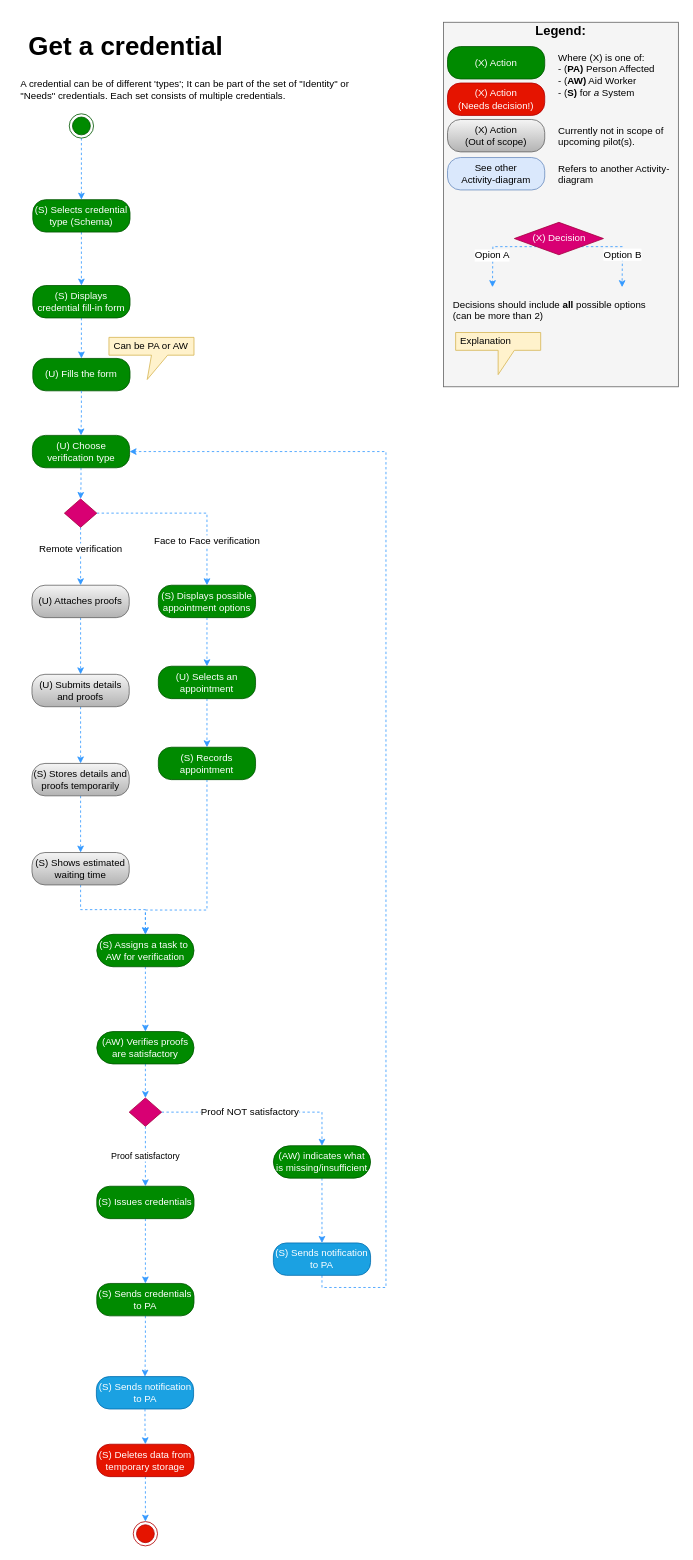
Before: Activity Diagrams/Get a credential activity.drawio in nsward/diagrams, a draw.io diagram. Source tidied: cells renumbered, new cells numbered last; positions are measured from the earlier drawing's top-left corner, leaving out a move shared by most shapes. Both pictures are drawn from the tidied source at 81%, with x=0, y=0 at pixel (14, 14).
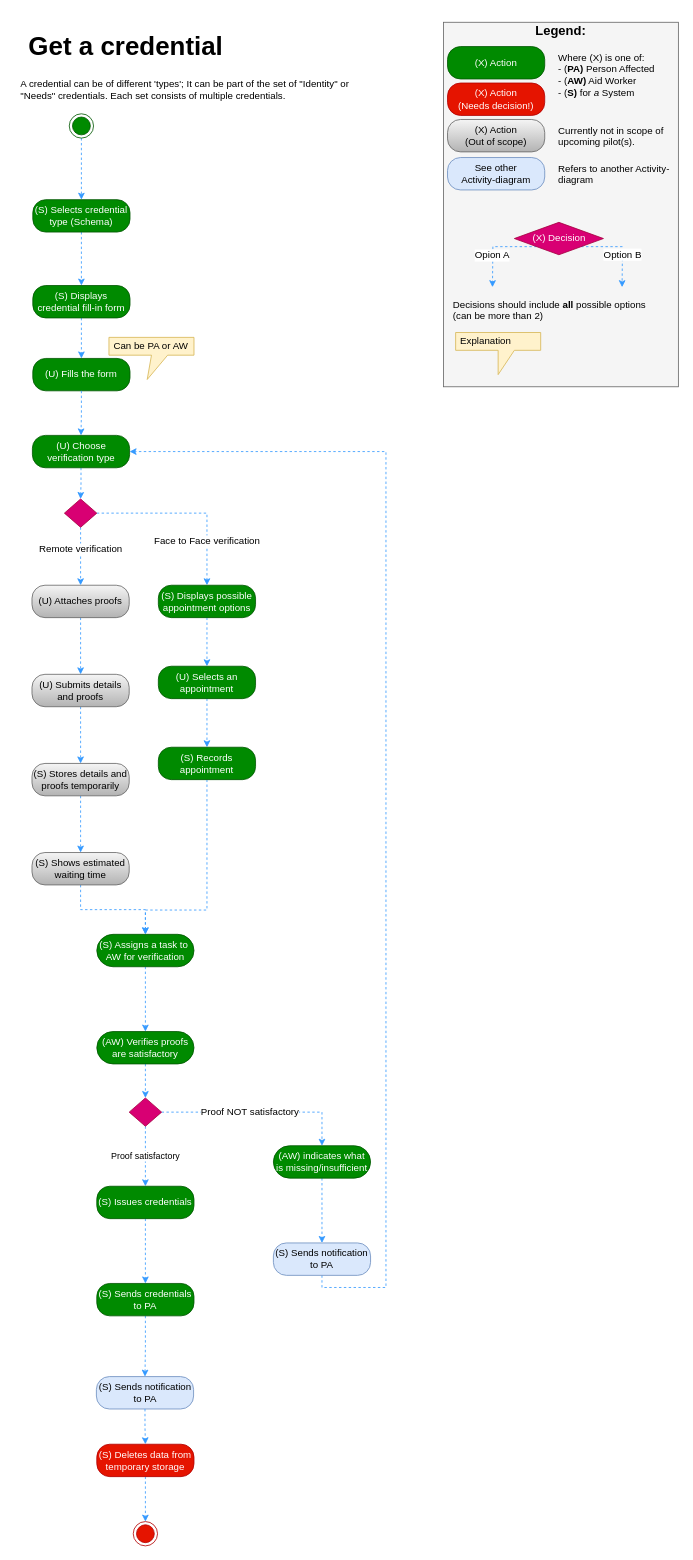
After the change.

Commit message (it also covers changes not shown here):
Fix color/style used for "See other"-actions/steps

Change to the diagram source:
```diff
@@
-    <mxCell id="8" value="(S) Sends notification to PA&lt;br&gt;" style="rounded=1;whiteSpace=wrap;html=1;arcSize=40;fillColor=#1ba1e2;strokeColor=#006EAF;fontColor=#ffffff;" parent="1" vertex="1">
+    <mxCell id="8" value="(S) Sends notification to PA&lt;br&gt;" style="rounded=1;whiteSpace=wrap;html=1;arcSize=40;fillColor=#dae8fc;strokeColor=#6c8ebf;" parent="1" vertex="1">
       <mxGeometry x="101.5" y="1682" width="120" height="40" as="geometry" />
     </mxCell>
@@
-    <mxCell id="45" value="(S) Sends notification to PA" style="rounded=1;whiteSpace=wrap;html=1;arcSize=40;fillColor=#1ba1e2;strokeColor=#006EAF;fontColor=#ffffff;" parent="1" vertex="1">
+    <mxCell id="45" value="(S) Sends notification to PA" style="rounded=1;whiteSpace=wrap;html=1;arcSize=40;fillColor=#dae8fc;strokeColor=#6c8ebf;" parent="1" vertex="1">
       <mxGeometry x="320" y="1517" width="120" height="40" as="geometry" />
     </mxCell>
```
